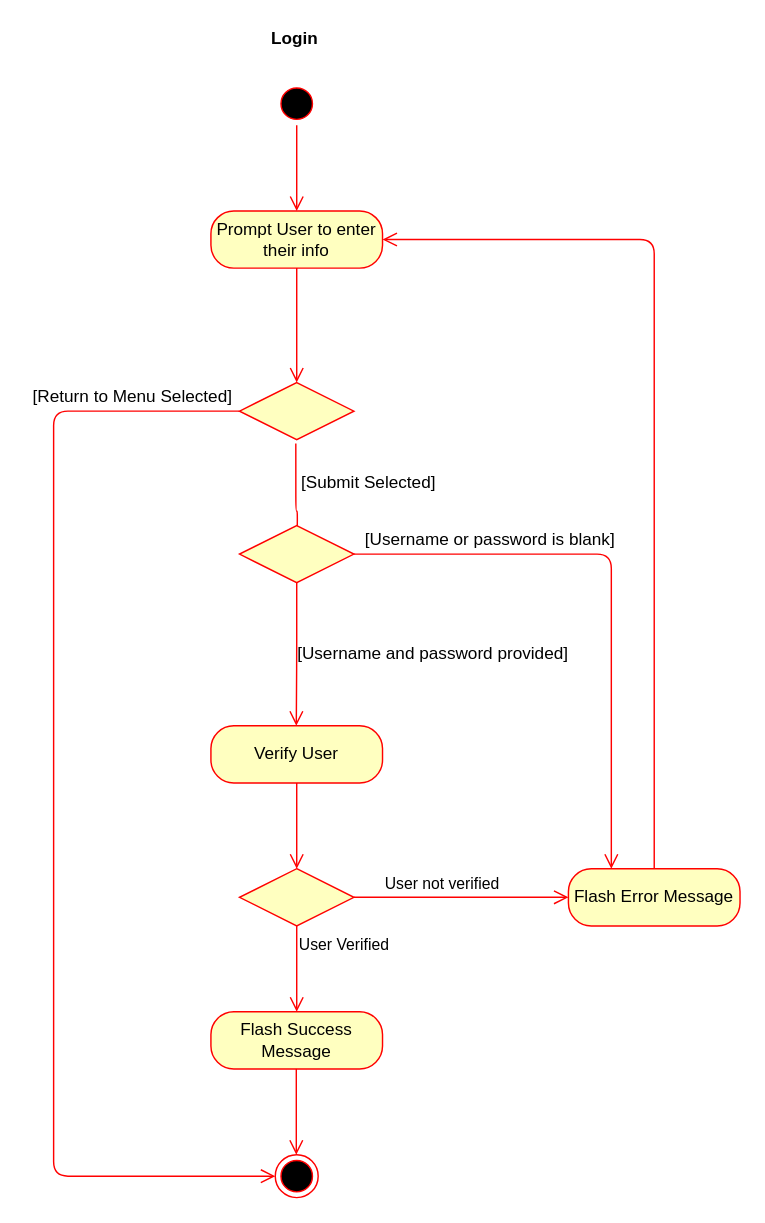
Above: ActivityDiagrams/LoginActivityDiagram.drawio in mklasby/ENSF_619_PROJECT (draw.io), before the change. Source tidied: cells renumbered, new cells numbered last; positions are measured from the earlier drawing's top-left corner, leaving out a move shared by most shapes. Both pictures are drawn from the tidied source at 143%, with x=0, y=0 at pixel (24, 24).
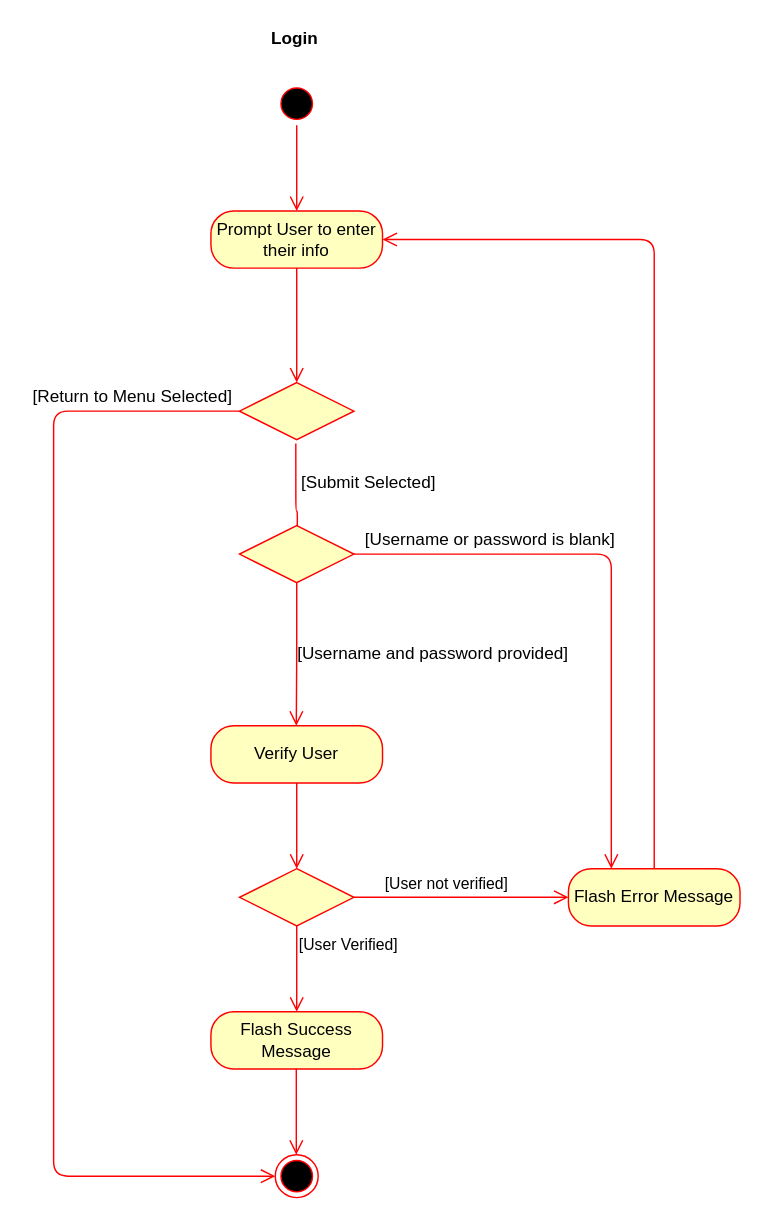
Above is the later version.

Commit message (it also covers changes not shown here):
pay annual sequence diagram

Unchanged cells that the change refers to:
```xml
<mxCell id="10" style="rhombus;whiteSpace=wrap;html=1;fillColor=#ffffc0;strokeColor=#ff0000;" parent="1" vertex="1">
  <mxGeometry x="150" y="590" width="80" height="40" as="geometry" />
</mxCell>
<mxCell id="17" value="Flash Error Message" style="rounded=1;whiteSpace=wrap;html=1;arcSize=40;fontColor=#000000;fillColor=#ffffc0;strokeColor=#ff0000;" parent="1" vertex="1">
  <mxGeometry x="380" y="590" width="120" height="40" as="geometry" />
</mxCell>
```

The edit, as a diff of the source:
```diff
@@
-    <mxCell id="11" value="User not verified" style="edgeStyle=orthogonalEdgeStyle;html=1;align=left;verticalAlign=bottom;endArrow=open;endSize=8;strokeColor=#ff0000;entryX=0;entryY=0.5;entryDx=0;entryDy=0;" parent="1" edge="1" source="10" target="17">
+    <mxCell id="11" value="[User not verified]" style="edgeStyle=orthogonalEdgeStyle;html=1;align=left;verticalAlign=bottom;endArrow=open;endSize=8;strokeColor=#ff0000;entryX=0;entryY=0.5;entryDx=0;entryDy=0;" parent="1" edge="1" source="10" target="17">
       <mxGeometry x="-0.73" relative="1" as="geometry" />
     </mxCell>
-    <mxCell id="12" value="User Verified" style="edgeStyle=orthogonalEdgeStyle;html=1;align=left;verticalAlign=top;endArrow=open;endSize=8;strokeColor=#ff0000;" parent="1" edge="1" source="10">
+    <mxCell id="12" value="[User Verified]" style="edgeStyle=orthogonalEdgeStyle;html=1;align=left;verticalAlign=top;endArrow=open;endSize=8;strokeColor=#ff0000;" parent="1" edge="1" source="10">
       <mxGeometry x="-1" relative="1" as="geometry">
         <mxPoint x="190" y="690" as="targetPoint" />
       </mxGeometry>
     </mxCell>
```
